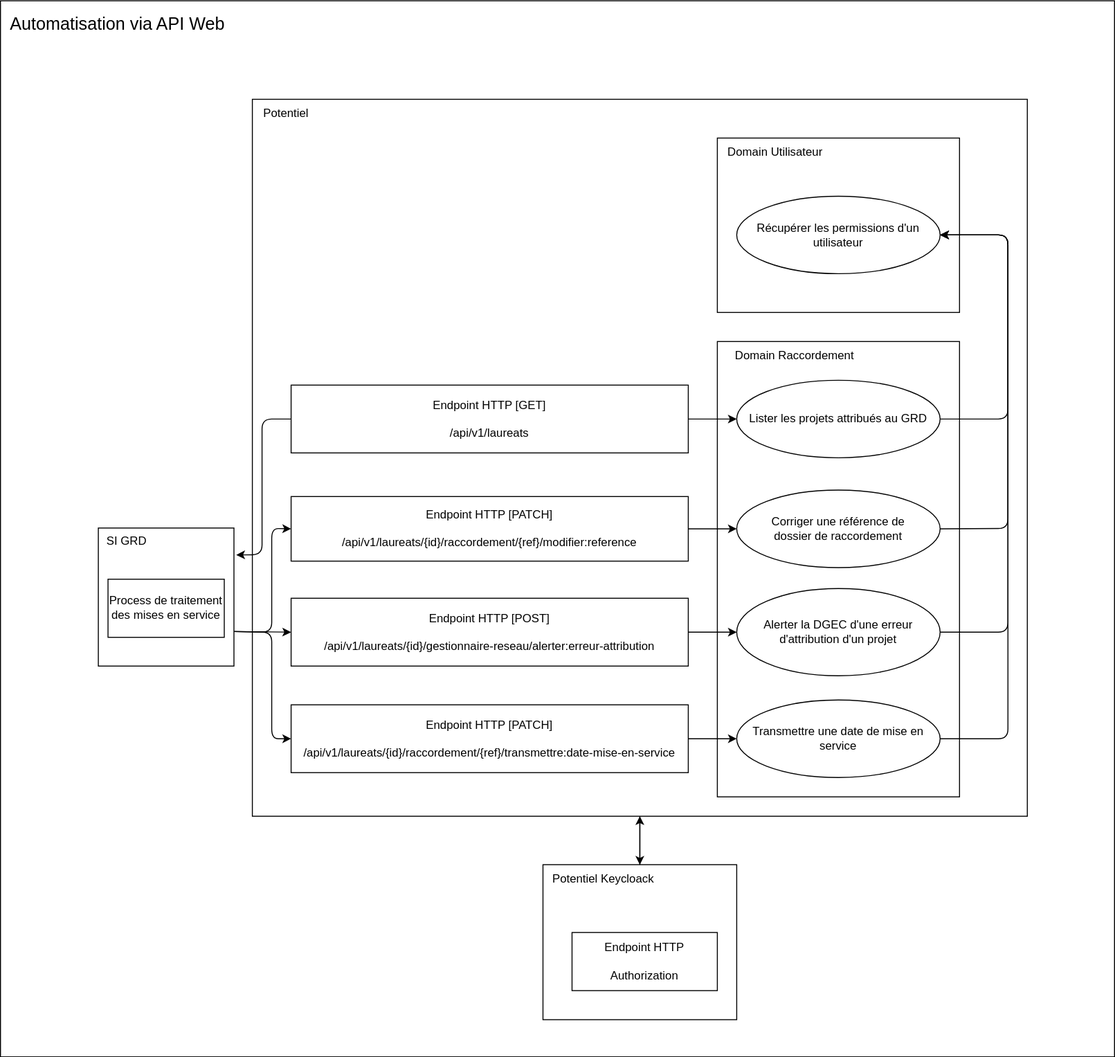
Earlier version of the draw.io export docs/contributing/diagrams/raccordement/7-archi-scenario-2.drawio.svg (MTES-MCT/potentiel). Source tidied: cells renumbered, new cells last; positions are measured from the earlier drawing's top-left corner, leaving out a move shared by most shapes. Its diagram source:
```xml
<mxGraphModel>
  <root>
    <mxCell id="0" />
    <mxCell id="1" parent="0" />
    <mxCell id="2" style="rounded=0;whiteSpace=wrap;html=1;fontSize=10;" parent="1" vertex="1">
      <mxGeometry y="0.3" width="1150" height="1090" as="geometry" />
    </mxCell>
    <mxCell id="3" value="&lt;font style=&quot;font-size: 18px;&quot;&gt;Automatisation via API Web&lt;/font&gt;" style="text;html=1;strokeColor=none;fillColor=none;align=center;verticalAlign=middle;whiteSpace=wrap;rounded=0;fontSize=10;" parent="1" vertex="1">
      <mxGeometry x="1" y="0.3" width="240" height="50" as="geometry" />
    </mxCell>
    <mxCell id="4" style="edgeStyle=none;html=1;exitX=0.5;exitY=1;exitDx=0;exitDy=0;" parent="1" edge="1" source="5">
      <mxGeometry relative="1" as="geometry">
        <mxPoint x="660" y="892" as="targetPoint" />
      </mxGeometry>
    </mxCell>
    <mxCell id="5" style="rounded=0;whiteSpace=wrap;html=1;" parent="1" vertex="1">
      <mxGeometry x="260" y="102" width="800" height="740" as="geometry" />
    </mxCell>
    <mxCell id="6" value="Potentiel" style="text;html=1;strokeColor=none;fillColor=none;align=center;verticalAlign=middle;whiteSpace=wrap;rounded=0;" parent="1" vertex="1">
      <mxGeometry x="260" y="102" width="70" height="30" as="geometry" />
    </mxCell>
    <mxCell id="7" style="edgeStyle=none;html=1;" parent="1" edge="1" source="8">
      <mxGeometry relative="1" as="geometry">
        <mxPoint x="660" y="842" as="targetPoint" />
      </mxGeometry>
    </mxCell>
    <mxCell id="8" style="rounded=0;whiteSpace=wrap;html=1;" parent="1" vertex="1">
      <mxGeometry x="560" y="892" width="200" height="160" as="geometry" />
    </mxCell>
    <mxCell id="9" value="Potentiel Keycloack" style="text;html=1;strokeColor=none;fillColor=none;align=center;verticalAlign=middle;whiteSpace=wrap;rounded=0;" parent="1" vertex="1">
      <mxGeometry x="560" y="892" width="125" height="30" as="geometry" />
    </mxCell>
    <mxCell id="10" value="Endpoint HTTP&lt;br&gt;&lt;br&gt;Authorization" style="rounded=0;whiteSpace=wrap;html=1;" parent="1" vertex="1">
      <mxGeometry x="590" y="962" width="150" height="60" as="geometry" />
    </mxCell>
    <mxCell id="11" style="rounded=0;whiteSpace=wrap;html=1;" parent="1" vertex="1">
      <mxGeometry x="740" y="352" width="250" height="470" as="geometry" />
    </mxCell>
    <mxCell id="12" value="Domain Raccordement" style="text;html=1;strokeColor=none;fillColor=none;align=center;verticalAlign=middle;whiteSpace=wrap;rounded=0;" parent="1" vertex="1">
      <mxGeometry x="740" y="352" width="160" height="30" as="geometry" />
    </mxCell>
    <mxCell id="13" value="Lister les projets attribués au GRD" style="ellipse;whiteSpace=wrap;html=1;" parent="1" vertex="1">
      <mxGeometry x="760" y="392" width="210" height="80" as="geometry" />
    </mxCell>
    <mxCell id="14" value="Transmettre une date de mise en service" style="ellipse;whiteSpace=wrap;html=1;" parent="1" vertex="1">
      <mxGeometry x="760" y="722" width="210" height="80" as="geometry" />
    </mxCell>
    <mxCell id="15" style="rounded=0;whiteSpace=wrap;html=1;" parent="1" vertex="1">
      <mxGeometry x="740" y="142" width="250" height="180" as="geometry" />
    </mxCell>
    <mxCell id="16" value="Domain Utilisateur" style="text;html=1;strokeColor=none;fillColor=none;align=center;verticalAlign=middle;whiteSpace=wrap;rounded=0;" parent="1" vertex="1">
      <mxGeometry x="740" y="142" width="120" height="30" as="geometry" />
    </mxCell>
    <mxCell id="17" value="&lt;p&gt;Récupérer les permissions d'un utilisateur&lt;/p&gt;" style="ellipse;whiteSpace=wrap;html=1;" parent="1" vertex="1">
      <mxGeometry x="760" y="202" width="210" height="80" as="geometry" />
    </mxCell>
    <mxCell id="18" value="Corriger une référence de&lt;br&gt;dossier de raccordement" style="ellipse;whiteSpace=wrap;html=1;" parent="1" vertex="1">
      <mxGeometry x="760" y="505.3" width="210" height="80" as="geometry" />
    </mxCell>
    <mxCell id="19" value="Alerter la DGEC d'une erreur d'attribution d'un projet" style="ellipse;whiteSpace=wrap;html=1;" parent="1" vertex="1">
      <mxGeometry x="760" y="607" width="210" height="90" as="geometry" />
    </mxCell>
    <mxCell id="20" style="endArrow=classic;html=1;entryX=1;entryY=0.5;entryDx=0;entryDy=0;exitX=1;exitY=0.5;exitDx=0;exitDy=0;" parent="1" edge="1" source="13" target="17">
      <mxGeometry relative="1" as="geometry">
        <Array as="points">
          <mxPoint x="1040" y="432" />
          <mxPoint x="1040" y="242" />
        </Array>
      </mxGeometry>
    </mxCell>
    <mxCell id="21" style="endArrow=classic;html=1;entryX=1;entryY=0.5;entryDx=0;entryDy=0;exitX=1;exitY=0.5;exitDx=0;exitDy=0;" parent="1" edge="1" source="18" target="17">
      <mxGeometry relative="1" as="geometry">
        <Array as="points">
          <mxPoint x="1040" y="545" />
          <mxPoint x="1040" y="242" />
        </Array>
      </mxGeometry>
    </mxCell>
    <mxCell id="22" style="endArrow=classic;html=1;entryX=1;entryY=0.5;entryDx=0;entryDy=0;exitX=1;exitY=0.5;exitDx=0;exitDy=0;" parent="1" edge="1" source="19" target="17">
      <mxGeometry relative="1" as="geometry">
        <Array as="points">
          <mxPoint x="1040" y="652" />
          <mxPoint x="1040" y="242" />
        </Array>
      </mxGeometry>
    </mxCell>
    <mxCell id="23" style="endArrow=classic;html=1;entryX=1;entryY=0.5;entryDx=0;entryDy=0;exitX=1;exitY=0.5;exitDx=0;exitDy=0;" parent="1" edge="1" source="14" target="17">
      <mxGeometry relative="1" as="geometry">
        <Array as="points">
          <mxPoint x="1040" y="762" />
          <mxPoint x="1040" y="242" />
        </Array>
      </mxGeometry>
    </mxCell>
    <mxCell id="24" value="Endpoint HTTP [GET]&lt;br&gt;&lt;br&gt;/api/v1/laureats" style="rounded=0;whiteSpace=wrap;html=1;" parent="1" vertex="1">
      <mxGeometry x="300" y="397" width="410" height="70" as="geometry" />
    </mxCell>
    <mxCell id="25" value="Endpoint HTTP [PATCH]&lt;br&gt;&lt;br&gt;/api/v1/laureats/{id}/raccordement/{ref}/modifier:reference" style="rounded=0;whiteSpace=wrap;html=1;" parent="1" vertex="1">
      <mxGeometry x="300" y="512" width="410" height="66.7" as="geometry" />
    </mxCell>
    <mxCell id="26" value="Endpoint HTTP [POST]&lt;br&gt;&lt;br&gt;/api/v1/laureats/{id}/gestionnaire-reseau/alerter:erreur-attribution" style="rounded=0;whiteSpace=wrap;html=1;" parent="1" vertex="1">
      <mxGeometry x="300" y="617" width="410" height="70" as="geometry" />
    </mxCell>
    <mxCell id="27" value="Endpoint HTTP [PATCH]&lt;br&gt;&lt;br&gt;/api/v1/laureats/{id}/raccordement/{ref}/transmettre:date-mise-en-service" style="rounded=0;whiteSpace=wrap;html=1;" parent="1" vertex="1">
      <mxGeometry x="300" y="727" width="410" height="70" as="geometry" />
    </mxCell>
    <mxCell id="28" style="endArrow=classic;html=1;entryX=0;entryY=0.5;entryDx=0;entryDy=0;exitX=1;exitY=0.5;exitDx=0;exitDy=0;" parent="1" edge="1" source="25" target="18">
      <mxGeometry relative="1" as="geometry" />
    </mxCell>
    <mxCell id="29" style="endArrow=classic;html=1;exitX=1;exitY=0.5;exitDx=0;exitDy=0;entryX=0;entryY=0.5;entryDx=0;entryDy=0;" parent="1" edge="1" source="26" target="19">
      <mxGeometry relative="1" as="geometry" />
    </mxCell>
    <mxCell id="30" style="endArrow=classic;html=1;exitX=1;exitY=0.5;exitDx=0;exitDy=0;entryX=0;entryY=0.5;entryDx=0;entryDy=0;" parent="1" edge="1" source="27" target="14">
      <mxGeometry relative="1" as="geometry" />
    </mxCell>
    <mxCell id="31" style="endArrow=classic;html=1;entryX=0;entryY=0.5;entryDx=0;entryDy=0;exitX=1;exitY=0.5;exitDx=0;exitDy=0;" parent="1" edge="1" source="24" target="13">
      <mxGeometry relative="1" as="geometry" />
    </mxCell>
    <mxCell id="32" style="rounded=0;whiteSpace=wrap;html=1;" parent="1" vertex="1">
      <mxGeometry x="101" y="544.5" width="140" height="142.5" as="geometry" />
    </mxCell>
    <mxCell id="33" value="SI GRD" style="text;html=1;strokeColor=none;fillColor=none;align=center;verticalAlign=middle;whiteSpace=wrap;rounded=0;" parent="1" vertex="1">
      <mxGeometry x="101" y="544.5" width="59" height="27.5" as="geometry" />
    </mxCell>
    <mxCell id="34" value="Process de traitement des mises en service" style="rounded=0;whiteSpace=wrap;html=1;" parent="1" vertex="1">
      <mxGeometry x="111" y="597.3" width="120" height="60" as="geometry" />
    </mxCell>
    <mxCell id="35" style="endArrow=classic;html=1;exitX=0;exitY=0.5;exitDx=0;exitDy=0;entryX=1.017;entryY=0.195;entryDx=0;entryDy=0;entryPerimeter=0;" parent="1" edge="1" source="24" target="32">
      <mxGeometry relative="1" as="geometry">
        <Array as="points">
          <mxPoint x="270" y="432" />
          <mxPoint x="270" y="572" />
        </Array>
      </mxGeometry>
    </mxCell>
    <mxCell id="36" style="endArrow=classic;html=1;exitX=1;exitY=0.75;exitDx=0;exitDy=0;entryX=0;entryY=0.5;entryDx=0;entryDy=0;" parent="1" edge="1" source="32" target="25">
      <mxGeometry relative="1" as="geometry">
        <Array as="points">
          <mxPoint x="280" y="652" />
          <mxPoint x="280" y="545" />
        </Array>
      </mxGeometry>
    </mxCell>
    <mxCell id="37" style="endArrow=classic;html=1;exitX=1;exitY=0.75;exitDx=0;exitDy=0;entryX=0;entryY=0.5;entryDx=0;entryDy=0;" parent="1" edge="1" source="32" target="26">
      <mxGeometry relative="1" as="geometry" />
    </mxCell>
    <mxCell id="38" style="endArrow=classic;html=1;exitX=1;exitY=0.75;exitDx=0;exitDy=0;entryX=0;entryY=0.5;entryDx=0;entryDy=0;" parent="1" edge="1" source="32" target="27">
      <mxGeometry relative="1" as="geometry">
        <Array as="points">
          <mxPoint x="280" y="652" />
          <mxPoint x="280" y="762" />
        </Array>
      </mxGeometry>
    </mxCell>
  </root>
</mxGraphModel>
```
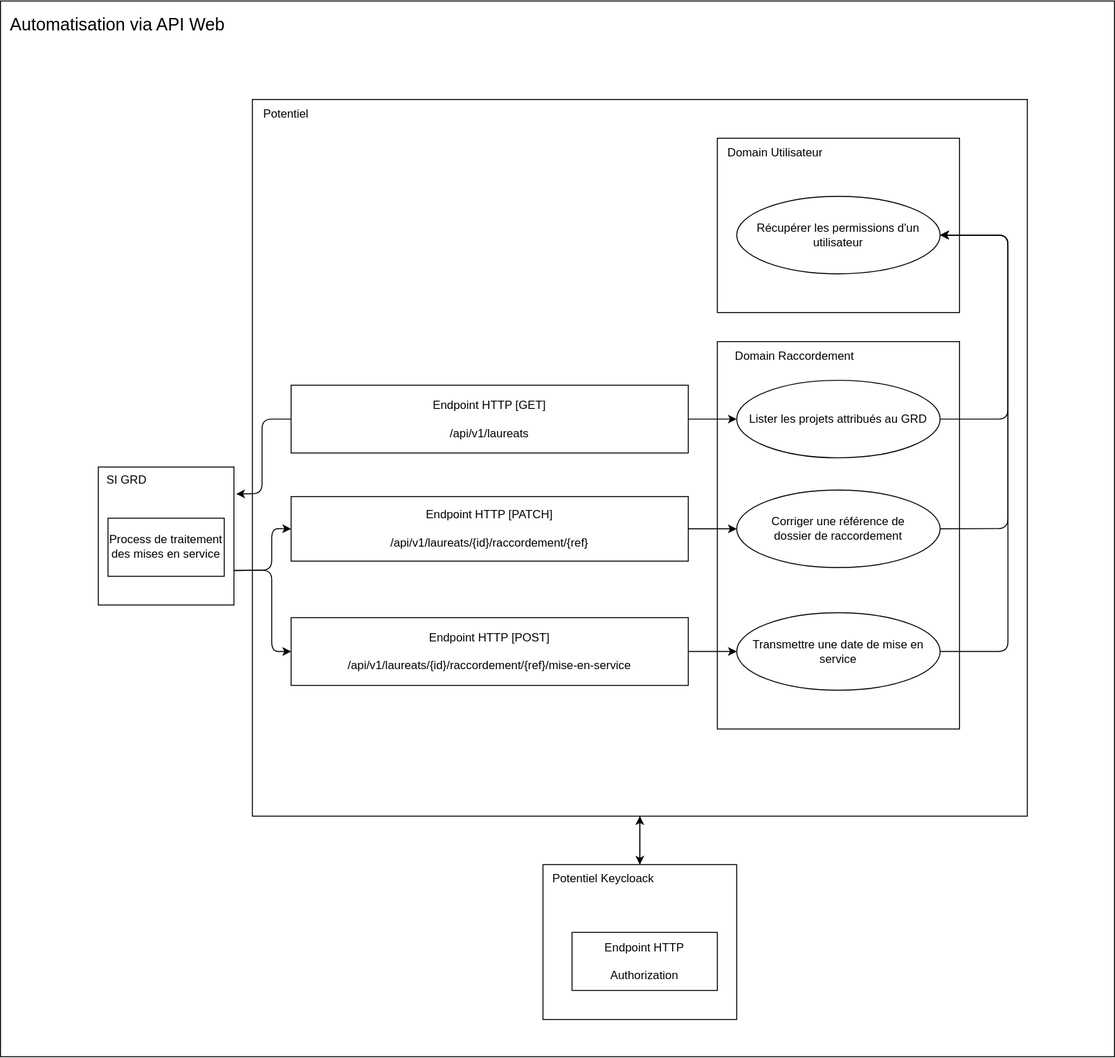
Later version of the same file.

The edit, as a diff of the source:
```diff
@@ -34,7 +34,7 @@
       <mxGeometry x="590" y="962" width="150" height="60" as="geometry" />
     </mxCell>
     <mxCell id="11" style="rounded=0;whiteSpace=wrap;html=1;" parent="1" vertex="1">
-      <mxGeometry x="740" y="352" width="250" height="470" as="geometry" />
+      <mxGeometry x="740" y="352" width="250" height="400" as="geometry" />
     </mxCell>
     <mxCell id="12" value="Domain Raccordement" style="text;html=1;strokeColor=none;fillColor=none;align=center;verticalAlign=middle;whiteSpace=wrap;rounded=0;" parent="1" vertex="1">
       <mxGeometry x="740" y="352" width="160" height="30" as="geometry" />
@@ -43,7 +43,7 @@
       <mxGeometry x="760" y="392" width="210" height="80" as="geometry" />
     </mxCell>
     <mxCell id="14" value="Transmettre une date de mise en service" style="ellipse;whiteSpace=wrap;html=1;" parent="1" vertex="1">
-      <mxGeometry x="760" y="722" width="210" height="80" as="geometry" />
+      <mxGeometry x="760" y="632" width="210" height="80" as="geometry" />
     </mxCell>
     <mxCell id="15" style="rounded=0;whiteSpace=wrap;html=1;" parent="1" vertex="1">
       <mxGeometry x="740" y="142" width="250" height="180" as="geometry" />
@@ -57,9 +57,6 @@
     <mxCell id="18" value="Corriger une référence de&lt;br&gt;dossier de raccordement" style="ellipse;whiteSpace=wrap;html=1;" parent="1" vertex="1">
       <mxGeometry x="760" y="505.3" width="210" height="80" as="geometry" />
     </mxCell>
-    <mxCell id="19" value="Alerter la DGEC d'une erreur d'attribution d'un projet" style="ellipse;whiteSpace=wrap;html=1;" parent="1" vertex="1">
-      <mxGeometry x="760" y="607" width="210" height="90" as="geometry" />
-    </mxCell>
     <mxCell id="20" style="endArrow=classic;html=1;entryX=1;entryY=0.5;entryDx=0;entryDy=0;exitX=1;exitY=0.5;exitDx=0;exitDy=0;" parent="1" edge="1" source="13" target="17">
       <mxGeometry relative="1" as="geometry">
         <Array as="points">
@@ -76,18 +73,10 @@
         </Array>
       </mxGeometry>
     </mxCell>
-    <mxCell id="22" style="endArrow=classic;html=1;entryX=1;entryY=0.5;entryDx=0;entryDy=0;exitX=1;exitY=0.5;exitDx=0;exitDy=0;" parent="1" edge="1" source="19" target="17">
-      <mxGeometry relative="1" as="geometry">
-        <Array as="points">
-          <mxPoint x="1040" y="652" />
-          <mxPoint x="1040" y="242" />
-        </Array>
-      </mxGeometry>
-    </mxCell>
     <mxCell id="23" style="endArrow=classic;html=1;entryX=1;entryY=0.5;entryDx=0;entryDy=0;exitX=1;exitY=0.5;exitDx=0;exitDy=0;" parent="1" edge="1" source="14" target="17">
       <mxGeometry relative="1" as="geometry">
         <Array as="points">
-          <mxPoint x="1040" y="762" />
+          <mxPoint x="1040" y="672" />
           <mxPoint x="1040" y="242" />
         </Array>
       </mxGeometry>
@@ -95,21 +84,15 @@
     <mxCell id="24" value="Endpoint HTTP [GET]&lt;br&gt;&lt;br&gt;/api/v1/laureats" style="rounded=0;whiteSpace=wrap;html=1;" parent="1" vertex="1">
       <mxGeometry x="300" y="397" width="410" height="70" as="geometry" />
     </mxCell>
-    <mxCell id="25" value="Endpoint HTTP [PATCH]&lt;br&gt;&lt;br&gt;/api/v1/laureats/{id}/raccordement/{ref}/modifier:reference" style="rounded=0;whiteSpace=wrap;html=1;" parent="1" vertex="1">
+    <mxCell id="25" value="Endpoint HTTP [PATCH]&lt;br&gt;&lt;br&gt;/api/v1/laureats/{id}/raccordement/{ref}" style="rounded=0;whiteSpace=wrap;html=1;" parent="1" vertex="1">
       <mxGeometry x="300" y="512" width="410" height="66.7" as="geometry" />
     </mxCell>
-    <mxCell id="26" value="Endpoint HTTP [POST]&lt;br&gt;&lt;br&gt;/api/v1/laureats/{id}/gestionnaire-reseau/alerter:erreur-attribution" style="rounded=0;whiteSpace=wrap;html=1;" parent="1" vertex="1">
-      <mxGeometry x="300" y="617" width="410" height="70" as="geometry" />
-    </mxCell>
-    <mxCell id="27" value="Endpoint HTTP [PATCH]&lt;br&gt;&lt;br&gt;/api/v1/laureats/{id}/raccordement/{ref}/transmettre:date-mise-en-service" style="rounded=0;whiteSpace=wrap;html=1;" parent="1" vertex="1">
-      <mxGeometry x="300" y="727" width="410" height="70" as="geometry" />
+    <mxCell id="27" value="Endpoint HTTP [POST]&lt;br&gt;&lt;br&gt;/api/v1/laureats/{id}/raccordement/{ref}/mise-en-service" style="rounded=0;whiteSpace=wrap;html=1;" parent="1" vertex="1">
+      <mxGeometry x="300" y="637" width="410" height="70" as="geometry" />
     </mxCell>
     <mxCell id="28" style="endArrow=classic;html=1;entryX=0;entryY=0.5;entryDx=0;entryDy=0;exitX=1;exitY=0.5;exitDx=0;exitDy=0;" parent="1" edge="1" source="25" target="18">
       <mxGeometry relative="1" as="geometry" />
     </mxCell>
-    <mxCell id="29" style="endArrow=classic;html=1;exitX=1;exitY=0.5;exitDx=0;exitDy=0;entryX=0;entryY=0.5;entryDx=0;entryDy=0;" parent="1" edge="1" source="26" target="19">
-      <mxGeometry relative="1" as="geometry" />
-    </mxCell>
     <mxCell id="30" style="endArrow=classic;html=1;exitX=1;exitY=0.5;exitDx=0;exitDy=0;entryX=0;entryY=0.5;entryDx=0;entryDy=0;" parent="1" edge="1" source="27" target="14">
       <mxGeometry relative="1" as="geometry" />
     </mxCell>
@@ -117,38 +100,35 @@
       <mxGeometry relative="1" as="geometry" />
     </mxCell>
     <mxCell id="32" style="rounded=0;whiteSpace=wrap;html=1;" parent="1" vertex="1">
-      <mxGeometry x="101" y="544.5" width="140" height="142.5" as="geometry" />
+      <mxGeometry x="101" y="481.5" width="140" height="142.5" as="geometry" />
     </mxCell>
     <mxCell id="33" value="SI GRD" style="text;html=1;strokeColor=none;fillColor=none;align=center;verticalAlign=middle;whiteSpace=wrap;rounded=0;" parent="1" vertex="1">
-      <mxGeometry x="101" y="544.5" width="59" height="27.5" as="geometry" />
+      <mxGeometry x="101" y="481.5" width="59" height="27.5" as="geometry" />
     </mxCell>
     <mxCell id="34" value="Process de traitement des mises en service" style="rounded=0;whiteSpace=wrap;html=1;" parent="1" vertex="1">
-      <mxGeometry x="111" y="597.3" width="120" height="60" as="geometry" />
+      <mxGeometry x="111" y="534.3" width="120" height="60" as="geometry" />
     </mxCell>
     <mxCell id="35" style="endArrow=classic;html=1;exitX=0;exitY=0.5;exitDx=0;exitDy=0;entryX=1.017;entryY=0.195;entryDx=0;entryDy=0;entryPerimeter=0;" parent="1" edge="1" source="24" target="32">
       <mxGeometry relative="1" as="geometry">
         <Array as="points">
           <mxPoint x="270" y="432" />
-          <mxPoint x="270" y="572" />
+          <mxPoint x="270" y="509" />
         </Array>
       </mxGeometry>
     </mxCell>
     <mxCell id="36" style="endArrow=classic;html=1;exitX=1;exitY=0.75;exitDx=0;exitDy=0;entryX=0;entryY=0.5;entryDx=0;entryDy=0;" parent="1" edge="1" source="32" target="25">
       <mxGeometry relative="1" as="geometry">
         <Array as="points">
-          <mxPoint x="280" y="652" />
+          <mxPoint x="280" y="588" />
           <mxPoint x="280" y="545" />
         </Array>
       </mxGeometry>
     </mxCell>
-    <mxCell id="37" style="endArrow=classic;html=1;exitX=1;exitY=0.75;exitDx=0;exitDy=0;entryX=0;entryY=0.5;entryDx=0;entryDy=0;" parent="1" edge="1" source="32" target="26">
-      <mxGeometry relative="1" as="geometry" />
-    </mxCell>
     <mxCell id="38" style="endArrow=classic;html=1;exitX=1;exitY=0.75;exitDx=0;exitDy=0;entryX=0;entryY=0.5;entryDx=0;entryDy=0;" parent="1" edge="1" source="32" target="27">
       <mxGeometry relative="1" as="geometry">
         <Array as="points">
-          <mxPoint x="280" y="652" />
-          <mxPoint x="280" y="762" />
+          <mxPoint x="280" y="588" />
+          <mxPoint x="280" y="672" />
         </Array>
       </mxGeometry>
     </mxCell>
```
